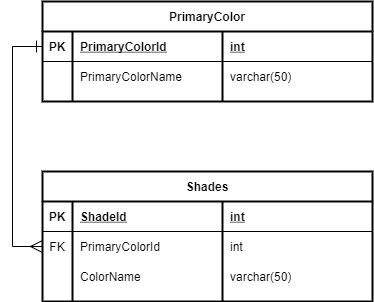
KeitiNu/KeitiTARge20 keeps this draw.io diagram as img/ColorsERD.png. Above is the earlier version. Source tidied: cells renumbered, new cells last; positions are measured from the earlier drawing's top-left corner, leaving out a move shared by most shapes.
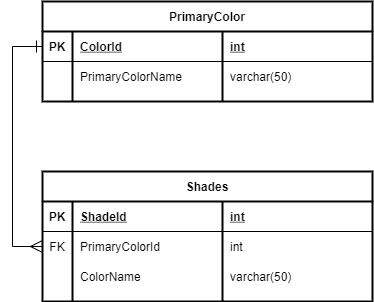
The same file after the commit.

Commit message:
Add ERD descrition

The edit, as a diff of the source:
```diff
@@ -50,7 +50,7 @@
     <mxCell id="17" value="PK" style="shape=partialRectangle;fillColor=none;top=0;left=0;bottom=0;right=0;fontStyle=1;overflow=hidden;" parent="16" vertex="1">
       <mxGeometry width="30" height="30" as="geometry" />
     </mxCell>
-    <mxCell id="18" value="PrimaryColorId" style="shape=partialRectangle;fillColor=none;top=0;left=0;bottom=0;right=0;align=left;spacingLeft=6;fontStyle=5;overflow=hidden;" parent="16" vertex="1">
+    <mxCell id="18" value="ColorId" style="shape=partialRectangle;fillColor=none;top=0;left=0;bottom=0;right=0;align=left;spacingLeft=6;fontStyle=5;overflow=hidden;" parent="16" vertex="1">
       <mxGeometry x="30" width="150" height="30" as="geometry" />
     </mxCell>
     <mxCell id="19" value="int" style="shape=partialRectangle;fillColor=none;top=0;left=0;bottom=0;right=0;align=left;spacingLeft=6;fontStyle=5;overflow=hidden;" parent="16" vertex="1">
```
